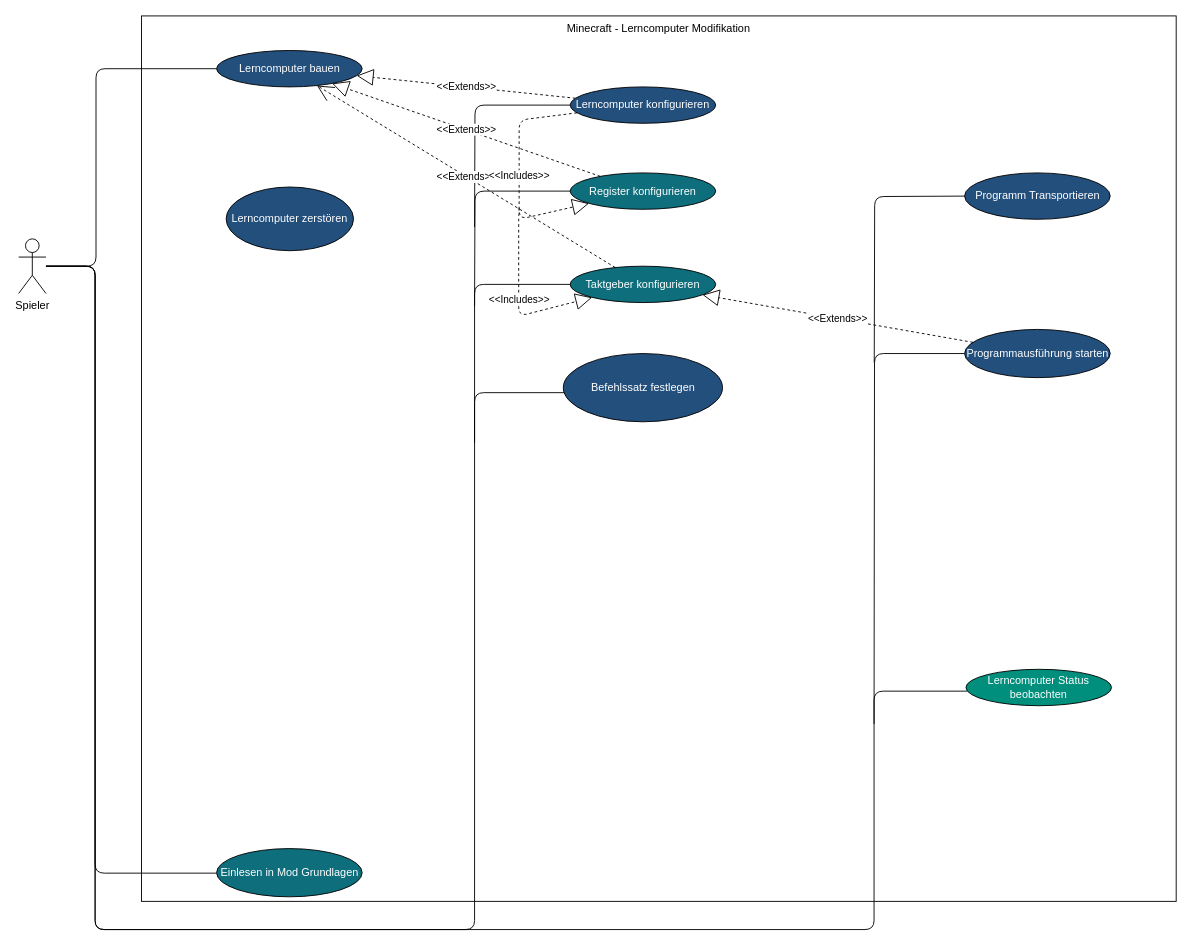
Above: World.drawio in LundiNord/RISCJ-Diagramms (draw.io), before the change. Source tidied: cells renumbered, new cells numbered last; positions are measured from the earlier drawing's top-left corner, leaving out a move shared by most shapes. Both pictures are drawn from the tidied source at 91%, with x=0, y=0 at pixel (18, 15).
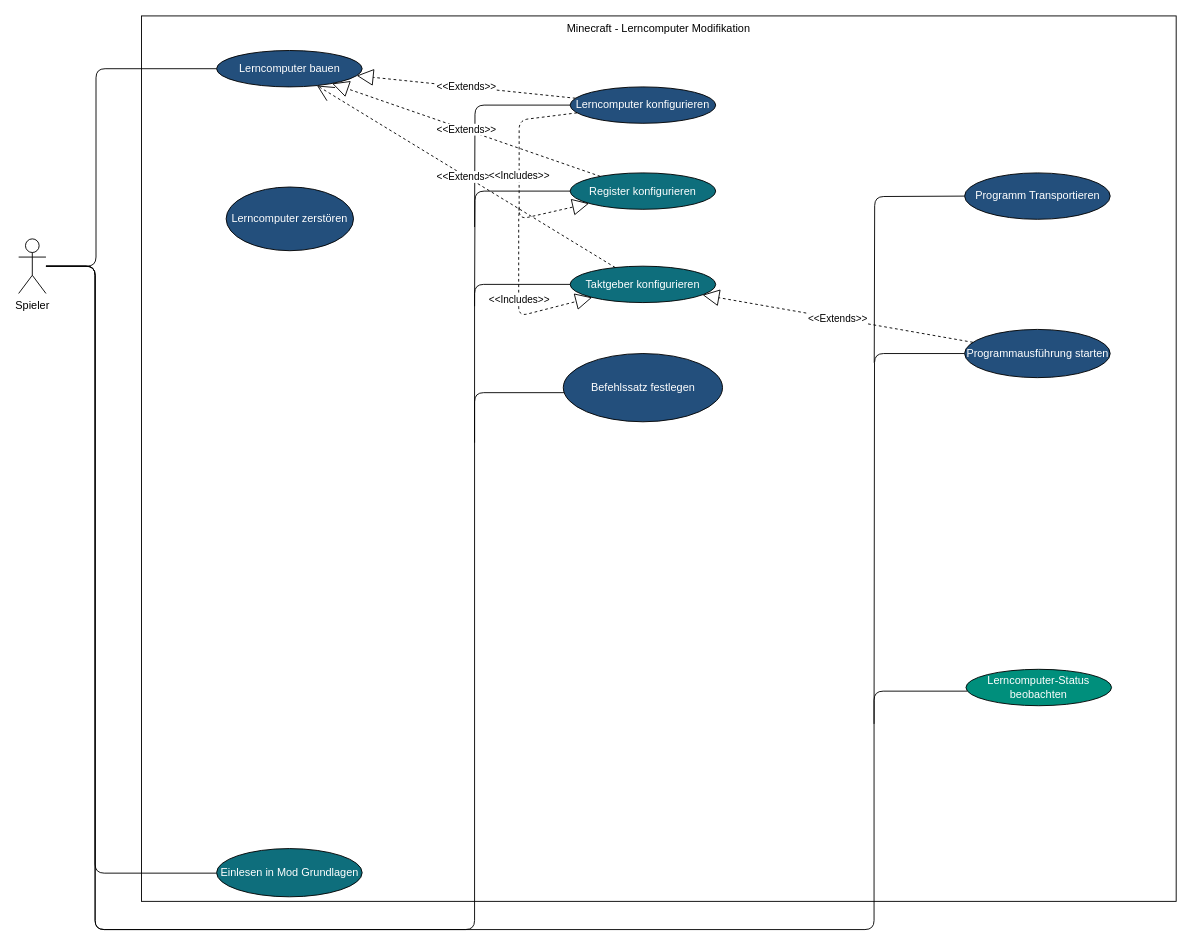
The same page after the edit.

Commit message:
World.drawio aktualisiert - Lerncomputer - Status

The edit, as a diff of the source:
```diff
@@
-    <mxCell id="17" value="Lerncomputer Status beobachten" style="ellipse;whiteSpace=wrap;html=1;fillColor=#008f7c;fontColor=#FFFFFF;" parent="1" vertex="1">
+    <mxCell id="17" value="Lerncomputer-Status beobachten" style="ellipse;whiteSpace=wrap;html=1;fillColor=#008f7c;fontColor=#FFFFFF;" parent="1" vertex="1">
       <mxGeometry x="1041" y="718" width="160" height="40" as="geometry" />
     </mxCell>
```
